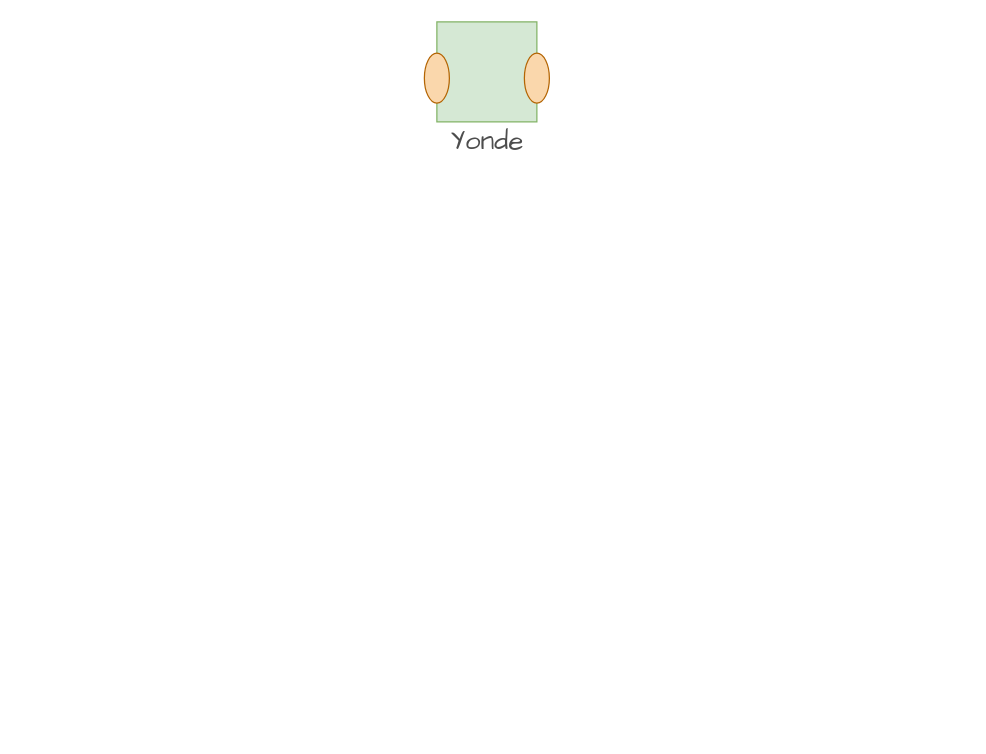
Earlier version of the draw.io diagram src/images/package_design.drawio (ryamate/Yonde). Source tidied: cells renumbered, new cells numbered last; positions are measured from the earlier drawing's top-left corner, leaving out a move shared by most shapes. Both pictures are drawn from the tidied source at 125%, with x=0, y=0 at pixel (411, 21).
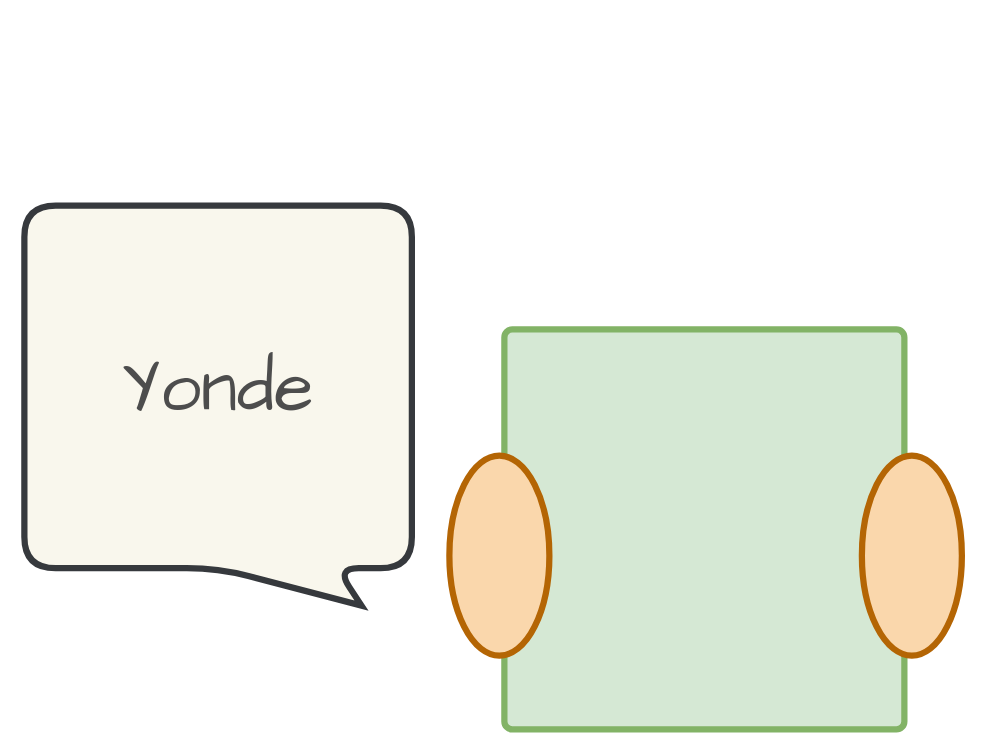
After the change.

The edit, as a diff of the source:
```diff
@@
 <mxGraphModel>
   <root>
     <mxCell id="0" />
     <mxCell id="1" parent="0" />
-    <mxCell id="2" style="whiteSpace=wrap;html=1;fillColor=#d5e8d4;strokeColor=#82b366;" parent="1" vertex="1">
-      <mxGeometry x="20" width="80" height="80" as="geometry" />
+    <mxCell id="2" style="whiteSpace=wrap;html=1;fillColor=#d5e8d4;strokeColor=#82b366;rounded=1;arcSize=2;strokeWidth=5;" parent="1" vertex="1">
+      <mxGeometry x="74" y="246" width="320" height="320" as="geometry" />
     </mxCell>
-    <mxCell id="3" style="ellipse;whiteSpace=wrap;html=1;rotation=90;fillColor=#fad7ac;strokeColor=#b46504;sketch=0;" parent="1" vertex="1">
-      <mxGeometry y="35" width="40" height="20" as="geometry" />
-    </mxCell>
-    <mxCell id="4" style="ellipse;whiteSpace=wrap;html=1;rotation=90;fillColor=#fad7ac;strokeColor=#b46504;" parent="1" vertex="1">
-      <mxGeometry x="80" y="35" width="40" height="20" as="geometry" />
-    </mxCell>
+    <mxCell id="6" style="ellipse;whiteSpace=wrap;html=1;rotation=90;fillColor=#fad7ac;strokeColor=#b46504;strokeWidth=5;" parent="1" vertex="1">
+      <mxGeometry x="-10" y="387" width="160" height="80" as="geometry" />
+    </mxCell>
+    <mxCell id="7" style="ellipse;whiteSpace=wrap;html=1;rotation=90;fillColor=#fad7ac;strokeColor=#b46504;strokeWidth=5;" parent="1" vertex="1">
+      <mxGeometry x="320" y="387" width="160" height="80" as="geometry" />
+    </mxCell>
-    <mxCell id="5" value="&lt;font style=&quot;font-size: 22px&quot; face=&quot;Comic Sans MS&quot; color=&quot;#4d4d4d&quot;&gt;Yonde&lt;/font&gt;" style="text;html=1;align=center;verticalAlign=middle;fillColor=none;strokeColor=none;rounded=0;fontColor=#393C56;" parent="1" vertex="1">
-      <mxGeometry x="20" y="86" width="80" height="20" as="geometry" />
+    <mxCell id="5" value="&lt;span style=&quot;font-family: &amp;quot;comic sans ms&amp;quot;;&quot;&gt;Yonde&lt;/span&gt;" style="shape=callout;whiteSpace=wrap;html=1;perimeter=calloutPerimeter;rounded=1;strokeWidth=5;fontSize=58;position2=0.87;base=95;labelBackgroundColor=none;fillColor=#f9f7ed;strokeColor=#36393d;rotation=0;arcSize=50;fontColor=#4D4D4D;" parent="1" vertex="1">
+      <mxGeometry x="-310" y="147" width="310" height="320" as="geometry" />
     </mxCell>
   </root>
 </mxGraphModel>
```
